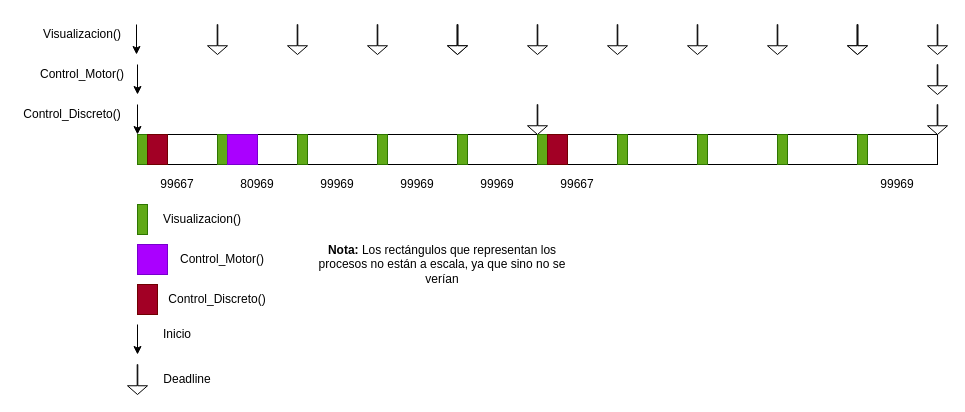
Before: Practica5/EjecutivoCiclico.drawio in Peleato/SistEmp_2020, a draw.io diagram. Source tidied: cells renumbered, new cells numbered last; positions are measured from the earlier drawing's top-left corner, leaving out a move shared by most shapes. Both pictures are drawn from the tidied source at 100%, with x=0, y=0 at pixel (17, 24).
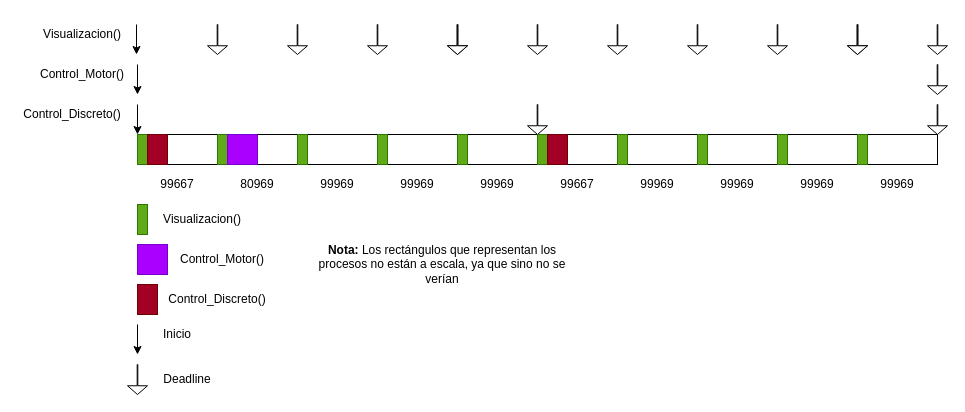
After the change.

Diff of the diagram source:
```diff
@@
+    <mxCell id="65" value="99969" style="text;html=1;strokeColor=none;fillColor=none;align=center;verticalAlign=middle;whiteSpace=wrap;rounded=0;" parent="1" vertex="1">
+      <mxGeometry x="780" y="150" width="40" height="20" as="geometry" />
+    </mxCell>
+    <mxCell id="66" value="99969" style="text;html=1;strokeColor=none;fillColor=none;align=center;verticalAlign=middle;whiteSpace=wrap;rounded=0;" parent="1" vertex="1">
+      <mxGeometry x="700" y="150" width="40" height="20" as="geometry" />
+    </mxCell>
+    <mxCell id="67" value="99969" style="text;html=1;strokeColor=none;fillColor=none;align=center;verticalAlign=middle;whiteSpace=wrap;rounded=0;" parent="1" vertex="1">
+      <mxGeometry x="620" y="150" width="40" height="20" as="geometry" />
+    </mxCell>
```
